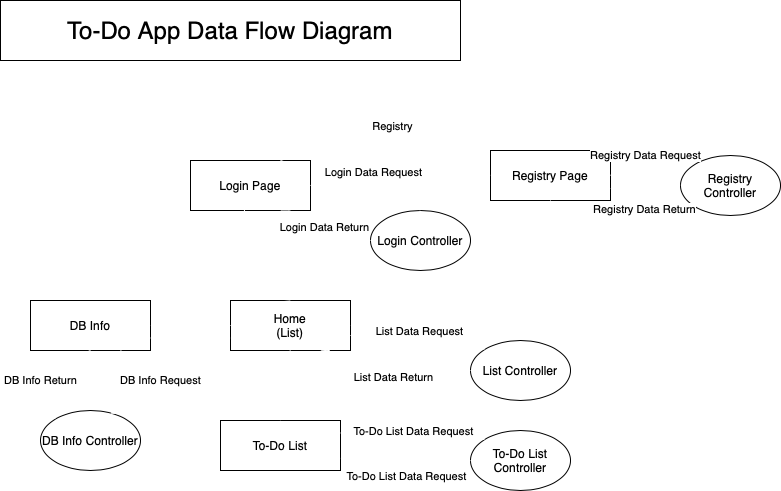
The draw.io diagram design/To-Do App Data Flow Diagram.png in imaneya/clush-todo-backend, before a commit. Source tidied: cells renumbered, new cells last; positions are measured from the earlier drawing's top-left corner, leaving out a move shared by most shapes. Its diagram source:
```xml
<mxGraphModel>
  <root>
    <mxCell id="0" />
    <mxCell id="1" parent="0" />
    <mxCell id="2" value="To-Do App Data Flow Diagram" style="rounded=0;whiteSpace=wrap;html=1;fontSize=24;" parent="1" vertex="1">
      <mxGeometry width="460" height="60" as="geometry" />
    </mxCell>
    <mxCell id="3" value="Login Page" style="rounded=0;whiteSpace=wrap;html=1;" parent="1" vertex="1">
      <mxGeometry x="190" y="160" width="120" height="50" as="geometry" />
    </mxCell>
    <mxCell id="4" value="Registry Page" style="rounded=0;whiteSpace=wrap;html=1;" parent="1" vertex="1">
      <mxGeometry x="490" y="150" width="120" height="50" as="geometry" />
    </mxCell>
    <mxCell id="5" value="Home&lt;div&gt;(List)&lt;/div&gt;" style="rounded=0;whiteSpace=wrap;html=1;" parent="1" vertex="1">
      <mxGeometry x="230" y="300" width="120" height="50" as="geometry" />
    </mxCell>
    <mxCell id="6" value="DB Info" style="rounded=0;whiteSpace=wrap;html=1;" parent="1" vertex="1">
      <mxGeometry x="30" y="300" width="120" height="50" as="geometry" />
    </mxCell>
    <mxCell id="7" value="To-Do List" style="rounded=0;whiteSpace=wrap;html=1;" parent="1" vertex="1">
      <mxGeometry x="220" y="420" width="120" height="50" as="geometry" />
    </mxCell>
    <mxCell id="8" value="Login Controller" style="ellipse;whiteSpace=wrap;html=1;" parent="1" vertex="1">
      <mxGeometry x="370" y="210" width="100" height="60" as="geometry" />
    </mxCell>
    <mxCell id="9" value="Login Data Request" style="curved=1;endArrow=classic;html=1;rounded=0;exitX=1;exitY=0.5;exitDx=0;exitDy=0;entryX=0.5;entryY=0;entryDx=0;entryDy=0;strokeColor=#FFFFFF;" parent="1" edge="1" source="3" target="8">
      <mxGeometry relative="1" as="geometry">
        <Array as="points">
          <mxPoint x="380" y="170" />
        </Array>
      </mxGeometry>
    </mxCell>
    <mxCell id="10" value="Login Data Return" style="curved=1;endArrow=classic;html=1;rounded=0;exitX=0;exitY=0.5;exitDx=0;exitDy=0;entryX=0.75;entryY=1;entryDx=0;entryDy=0;strokeColor=#FFFFFF;" parent="1" edge="1" source="8" target="3">
      <mxGeometry relative="1" as="geometry">
        <Array as="points">
          <mxPoint x="300" y="220" />
        </Array>
      </mxGeometry>
    </mxCell>
    <mxCell id="11" style="curved=1;endArrow=classic;html=1;rounded=0;entryX=1;entryY=0.5;entryDx=0;entryDy=0;exitX=0.5;exitY=1;exitDx=0;exitDy=0;strokeColor=#FFFFFF;" parent="1" edge="1" source="4" target="5">
      <mxGeometry relative="1" as="geometry">
        <Array as="points">
          <mxPoint x="550" y="280" />
        </Array>
      </mxGeometry>
    </mxCell>
    <mxCell id="12" style="curved=1;endArrow=classic;html=1;rounded=0;exitX=0.45;exitY=0.98;exitDx=0;exitDy=0;exitPerimeter=0;entryX=0.5;entryY=0;entryDx=0;entryDy=0;strokeColor=#FFFFFF;" parent="1" edge="1" source="3" target="5">
      <mxGeometry relative="1" as="geometry">
        <Array as="points">
          <mxPoint x="240" y="270" />
        </Array>
      </mxGeometry>
    </mxCell>
    <mxCell id="13" value="Registry" style="curved=1;endArrow=classic;html=1;rounded=0;exitX=0.75;exitY=0;exitDx=0;exitDy=0;entryX=0;entryY=0.5;entryDx=0;entryDy=0;strokeColor=#FFFFFF;" parent="1" edge="1" source="3" target="4">
      <mxGeometry relative="1" as="geometry">
        <Array as="points">
          <mxPoint x="410" y="120" />
        </Array>
      </mxGeometry>
    </mxCell>
    <mxCell id="14" value="Registry Controller" style="ellipse;whiteSpace=wrap;html=1;" parent="1" vertex="1">
      <mxGeometry x="680" y="155" width="100" height="60" as="geometry" />
    </mxCell>
    <mxCell id="15" value="Registry Data Request" style="curved=1;endArrow=classic;html=1;rounded=0;exitX=1;exitY=0.5;exitDx=0;exitDy=0;entryX=0;entryY=0.5;entryDx=0;entryDy=0;strokeColor=#FFFFFF;" parent="1" edge="1" source="4" target="14">
      <mxGeometry relative="1" as="geometry">
        <Array as="points">
          <mxPoint x="640" y="150" />
        </Array>
      </mxGeometry>
    </mxCell>
    <mxCell id="16" value="Registry Data Return" style="curved=1;endArrow=classic;html=1;rounded=0;exitX=0.04;exitY=0.75;exitDx=0;exitDy=0;entryX=1;entryY=0.75;entryDx=0;entryDy=0;strokeColor=#FFFFFF;exitPerimeter=0;" parent="1" edge="1" source="14" target="4">
      <mxGeometry relative="1" as="geometry">
        <Array as="points">
          <mxPoint x="640" y="210" />
        </Array>
      </mxGeometry>
    </mxCell>
    <mxCell id="17" value="List Controller" style="ellipse;whiteSpace=wrap;html=1;" parent="1" vertex="1">
      <mxGeometry x="470" y="340" width="100" height="60" as="geometry" />
    </mxCell>
    <mxCell id="18" value="List Data Request" style="curved=1;endArrow=classic;html=1;rounded=0;exitX=1;exitY=0.5;exitDx=0;exitDy=0;entryX=0;entryY=0;entryDx=0;entryDy=0;strokeColor=#FFFFFF;" parent="1" edge="1" target="17">
      <mxGeometry relative="1" as="geometry">
        <mxPoint x="350" y="335" as="sourcePoint" />
        <Array as="points">
          <mxPoint x="430" y="330" />
        </Array>
      </mxGeometry>
    </mxCell>
    <mxCell id="19" value="List Data Return" style="curved=1;endArrow=classic;html=1;rounded=0;exitX=0;exitY=0.5;exitDx=0;exitDy=0;entryX=0.75;entryY=1;entryDx=0;entryDy=0;strokeColor=#FFFFFF;" parent="1" edge="1" source="17" target="5">
      <mxGeometry relative="1" as="geometry">
        <Array as="points">
          <mxPoint x="400" y="380" />
        </Array>
      </mxGeometry>
    </mxCell>
    <mxCell id="20" style="curved=1;endArrow=classic;html=1;rounded=0;exitX=0.5;exitY=1;exitDx=0;exitDy=0;entryX=0.5;entryY=0;entryDx=0;entryDy=0;strokeColor=#FFFFFF;" parent="1" edge="1" source="5" target="7">
      <mxGeometry relative="1" as="geometry">
        <Array as="points">
          <mxPoint x="260" y="380" />
        </Array>
      </mxGeometry>
    </mxCell>
    <mxCell id="21" value="To-Do List Controller" style="ellipse;whiteSpace=wrap;html=1;" parent="1" vertex="1">
      <mxGeometry x="470" y="430" width="100" height="60" as="geometry" />
    </mxCell>
    <mxCell id="22" value="To-Do List Data Request" style="curved=1;endArrow=classic;html=1;rounded=0;exitX=1;exitY=0.25;exitDx=0;exitDy=0;entryX=0;entryY=0;entryDx=0;entryDy=0;strokeColor=#FFFFFF;" parent="1" edge="1" source="7" target="21">
      <mxGeometry relative="1" as="geometry">
        <Array as="points">
          <mxPoint x="440" y="430" />
        </Array>
      </mxGeometry>
    </mxCell>
    <mxCell id="23" value="To-Do List Data Request" style="curved=1;endArrow=classic;html=1;rounded=0;exitX=0;exitY=0.5;exitDx=0;exitDy=0;entryX=1;entryY=0.75;entryDx=0;entryDy=0;strokeColor=#FFFFFF;" parent="1" edge="1" source="21" target="7">
      <mxGeometry relative="1" as="geometry">
        <Array as="points">
          <mxPoint x="420" y="480" />
        </Array>
      </mxGeometry>
    </mxCell>
    <mxCell id="24" style="curved=1;endArrow=classic;html=1;rounded=0;exitX=0;exitY=0.5;exitDx=0;exitDy=0;entryX=1;entryY=0.5;entryDx=0;entryDy=0;strokeColor=#FFFFFF;" parent="1" edge="1" source="5" target="6">
      <mxGeometry relative="1" as="geometry" />
    </mxCell>
    <mxCell id="25" style="curved=1;endArrow=classic;html=1;rounded=0;exitX=1;exitY=0.75;exitDx=0;exitDy=0;entryX=0;entryY=0.75;entryDx=0;entryDy=0;strokeColor=#FFFFFF;" parent="1" edge="1" source="6" target="5">
      <mxGeometry relative="1" as="geometry" />
    </mxCell>
    <mxCell id="26" value="DB Info Controller" style="ellipse;whiteSpace=wrap;html=1;" parent="1" vertex="1">
      <mxGeometry x="40" y="410" width="100" height="60" as="geometry" />
    </mxCell>
    <mxCell id="27" value="DB Info Request" style="curved=1;endArrow=classic;html=1;rounded=0;exitX=0.75;exitY=1;exitDx=0;exitDy=0;entryX=0.7;entryY=0.05;entryDx=0;entryDy=0;strokeColor=#FFFFFF;entryPerimeter=0;" parent="1" edge="1" source="6" target="26">
      <mxGeometry x="-0.22" y="2" relative="1" as="geometry">
        <Array as="points">
          <mxPoint x="170" y="390" />
        </Array>
      </mxGeometry>
    </mxCell>
    <mxCell id="28" value="DB Info Return" style="curved=1;endArrow=classic;html=1;rounded=0;exitX=0.5;exitY=1;exitDx=0;exitDy=0;entryX=0;entryY=0;entryDx=0;entryDy=0;strokeColor=#FFFFFF;" parent="1" edge="1" source="6" target="26">
      <mxGeometry x="0.21" y="-3" relative="1" as="geometry">
        <Array as="points">
          <mxPoint x="40" y="370" />
        </Array>
      </mxGeometry>
    </mxCell>
  </root>
</mxGraphModel>
```
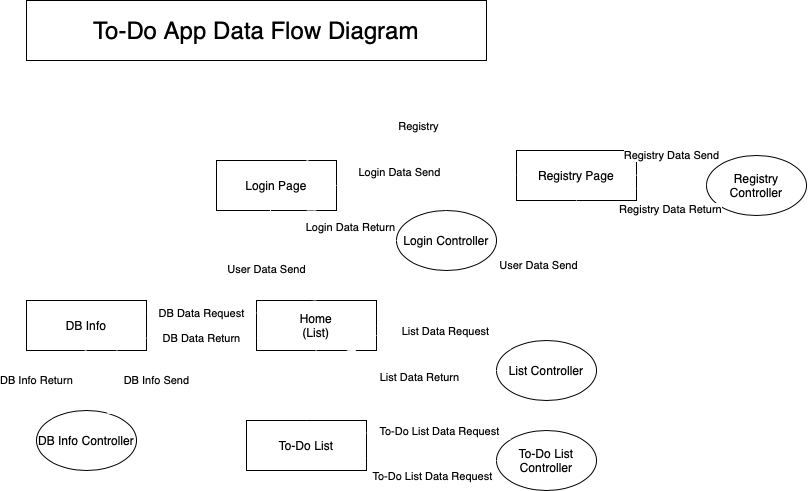
After the commit.

The edit, as a diff of the source:
```diff
@@ -15,7 +15,7 @@
       <mxGeometry x="230" y="300" width="120" height="50" as="geometry" />
     </mxCell>
     <mxCell id="6" value="DB Info" style="rounded=0;whiteSpace=wrap;html=1;" parent="1" vertex="1">
-      <mxGeometry x="30" y="300" width="120" height="50" as="geometry" />
+      <mxGeometry y="300" width="120" height="50" as="geometry" />
     </mxCell>
     <mxCell id="7" value="To-Do List" style="rounded=0;whiteSpace=wrap;html=1;" parent="1" vertex="1">
       <mxGeometry x="220" y="420" width="120" height="50" as="geometry" />
@@ -23,7 +23,7 @@
     <mxCell id="8" value="Login Controller" style="ellipse;whiteSpace=wrap;html=1;" parent="1" vertex="1">
       <mxGeometry x="370" y="210" width="100" height="60" as="geometry" />
     </mxCell>
-    <mxCell id="9" value="Login Data Request" style="curved=1;endArrow=classic;html=1;rounded=0;exitX=1;exitY=0.5;exitDx=0;exitDy=0;entryX=0.5;entryY=0;entryDx=0;entryDy=0;strokeColor=#FFFFFF;" parent="1" edge="1" source="3" target="8">
+    <mxCell id="9" value="Login Data Send" style="curved=1;endArrow=classic;html=1;rounded=0;exitX=1;exitY=0.5;exitDx=0;exitDy=0;entryX=0.5;entryY=0;entryDx=0;entryDy=0;strokeColor=#FFFFFF;" parent="1" edge="1" source="3" target="8">
       <mxGeometry relative="1" as="geometry">
         <Array as="points">
           <mxPoint x="380" y="170" />
@@ -44,7 +44,10 @@
         </Array>
       </mxGeometry>
     </mxCell>
+    <mxCell id="29" value="User Data Send" style="edgeLabel;html=1;align=center;verticalAlign=middle;" parent="11" vertex="1">
+      <mxGeometry x="-0.2" y="-24" relative="1" as="geometry" />
+    </mxCell>
-    <mxCell id="12" style="curved=1;endArrow=classic;html=1;rounded=0;exitX=0.45;exitY=0.98;exitDx=0;exitDy=0;exitPerimeter=0;entryX=0.5;entryY=0;entryDx=0;entryDy=0;strokeColor=#FFFFFF;" parent="1" edge="1" source="3" target="5">
+    <mxCell id="12" value="&lt;span style=&quot;caret-color: rgb(0, 0, 0); color: rgb(0, 0, 0); font-family: Helvetica; font-size: 11px; font-style: normal; font-variant-caps: normal; font-weight: 400; letter-spacing: normal; orphans: auto; text-align: center; text-indent: 0px; text-transform: none; white-space: nowrap; widows: auto; word-spacing: 0px; -webkit-text-stroke-width: 0px; background-color: rgb(255, 255, 255); text-decoration: none; display: inline !important; float: none;&quot;&gt;User Data Send&lt;/span&gt;" style="curved=1;endArrow=classic;html=1;rounded=0;exitX=0.45;exitY=0.98;exitDx=0;exitDy=0;exitPerimeter=0;entryX=0.5;entryY=0;entryDx=0;entryDy=0;strokeColor=#FFFFFF;" parent="1" edge="1" source="3" target="5">
       <mxGeometry relative="1" as="geometry">
         <Array as="points">
           <mxPoint x="240" y="270" />
@@ -61,7 +64,7 @@
     <mxCell id="14" value="Registry Controller" style="ellipse;whiteSpace=wrap;html=1;" parent="1" vertex="1">
       <mxGeometry x="680" y="155" width="100" height="60" as="geometry" />
     </mxCell>
-    <mxCell id="15" value="Registry Data Request" style="curved=1;endArrow=classic;html=1;rounded=0;exitX=1;exitY=0.5;exitDx=0;exitDy=0;entryX=0;entryY=0.5;entryDx=0;entryDy=0;strokeColor=#FFFFFF;" parent="1" edge="1" source="4" target="14">
+    <mxCell id="15" value="Registry Data Send" style="curved=1;endArrow=classic;html=1;rounded=0;exitX=1;exitY=0.5;exitDx=0;exitDy=0;entryX=0;entryY=0.5;entryDx=0;entryDy=0;strokeColor=#FFFFFF;" parent="1" edge="1" source="4" target="14">
       <mxGeometry relative="1" as="geometry">
         <Array as="points">
           <mxPoint x="640" y="150" />
@@ -117,26 +120,26 @@
         </Array>
       </mxGeometry>
     </mxCell>
-    <mxCell id="24" style="curved=1;endArrow=classic;html=1;rounded=0;exitX=0;exitY=0.5;exitDx=0;exitDy=0;entryX=1;entryY=0.5;entryDx=0;entryDy=0;strokeColor=#FFFFFF;" parent="1" edge="1" source="5" target="6">
+    <mxCell id="24" value="DB Data Request" style="curved=1;endArrow=classic;html=1;rounded=0;exitX=0;exitY=0.25;exitDx=0;exitDy=0;entryX=1;entryY=0.25;entryDx=0;entryDy=0;strokeColor=#FFFFFF;" parent="1" edge="1" source="5" target="6">
       <mxGeometry relative="1" as="geometry" />
     </mxCell>
-    <mxCell id="25" style="curved=1;endArrow=classic;html=1;rounded=0;exitX=1;exitY=0.75;exitDx=0;exitDy=0;entryX=0;entryY=0.75;entryDx=0;entryDy=0;strokeColor=#FFFFFF;" parent="1" edge="1" source="6" target="5">
+    <mxCell id="25" value="DB Data Return" style="curved=1;endArrow=classic;html=1;rounded=0;exitX=1;exitY=0.75;exitDx=0;exitDy=0;entryX=0;entryY=0.75;entryDx=0;entryDy=0;strokeColor=#FFFFFF;" parent="1" edge="1" source="6" target="5">
       <mxGeometry relative="1" as="geometry" />
     </mxCell>
     <mxCell id="26" value="DB Info Controller" style="ellipse;whiteSpace=wrap;html=1;" parent="1" vertex="1">
-      <mxGeometry x="40" y="410" width="100" height="60" as="geometry" />
+      <mxGeometry x="10" y="410" width="100" height="60" as="geometry" />
     </mxCell>
-    <mxCell id="27" value="DB Info Request" style="curved=1;endArrow=classic;html=1;rounded=0;exitX=0.75;exitY=1;exitDx=0;exitDy=0;entryX=0.7;entryY=0.05;entryDx=0;entryDy=0;strokeColor=#FFFFFF;entryPerimeter=0;" parent="1" edge="1" source="6" target="26">
+    <mxCell id="27" value="DB Info Send" style="curved=1;endArrow=classic;html=1;rounded=0;exitX=0.75;exitY=1;exitDx=0;exitDy=0;entryX=0.7;entryY=0.05;entryDx=0;entryDy=0;strokeColor=#FFFFFF;entryPerimeter=0;" parent="1" edge="1" source="6" target="26">
       <mxGeometry x="-0.22" y="2" relative="1" as="geometry">
         <Array as="points">
-          <mxPoint x="170" y="390" />
+          <mxPoint x="140" y="390" />
         </Array>
       </mxGeometry>
     </mxCell>
     <mxCell id="28" value="DB Info Return" style="curved=1;endArrow=classic;html=1;rounded=0;exitX=0.5;exitY=1;exitDx=0;exitDy=0;entryX=0;entryY=0;entryDx=0;entryDy=0;strokeColor=#FFFFFF;" parent="1" edge="1" source="6" target="26">
       <mxGeometry x="0.21" y="-3" relative="1" as="geometry">
         <Array as="points">
-          <mxPoint x="40" y="370" />
+          <mxPoint x="10" y="370" />
         </Array>
       </mxGeometry>
     </mxCell>
```
